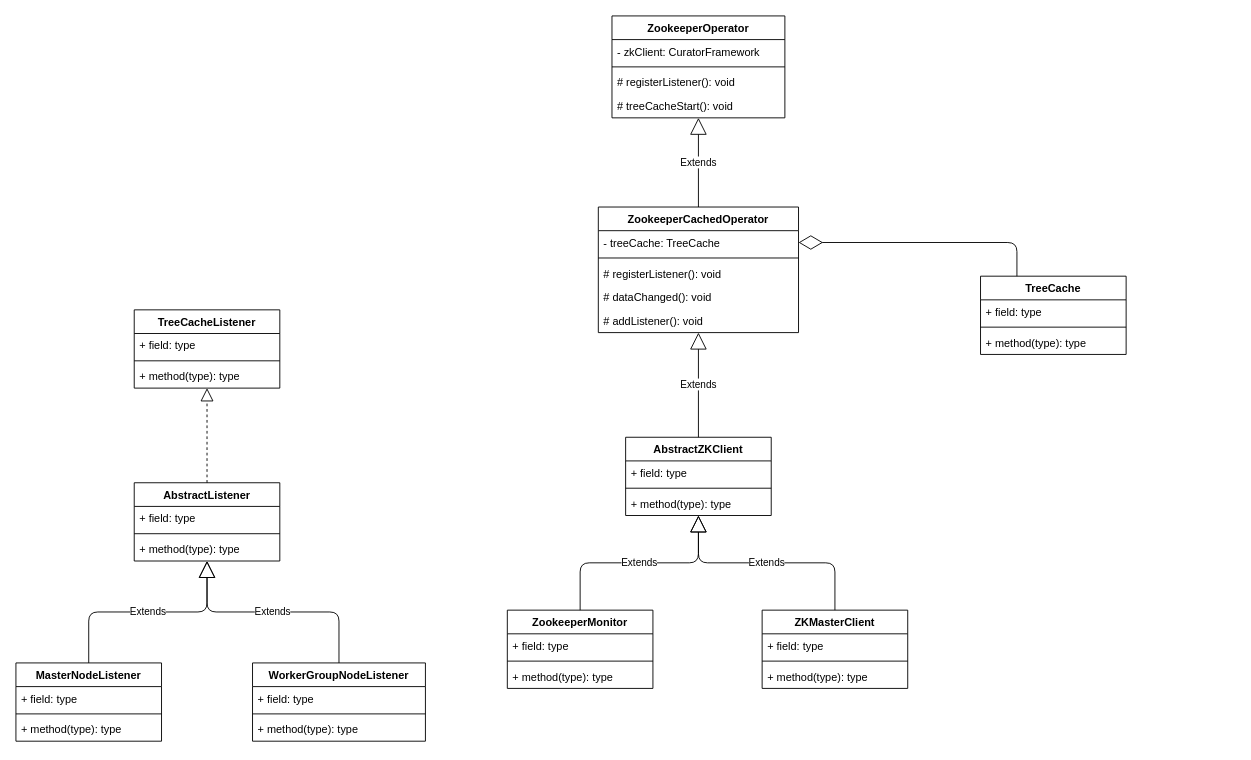
popany/notes keeps this draw.io diagram as etl/dolphinscheduler/1.3.3-release/drawio/zk.drawio. Above is the earlier version. Source tidied: cells renumbered, new cells numbered last; positions are measured from the earlier drawing's top-left corner, leaving out a move shared by most shapes. Both pictures are drawn from the tidied source at 91%, with x=0, y=0 at pixel (15, 15).
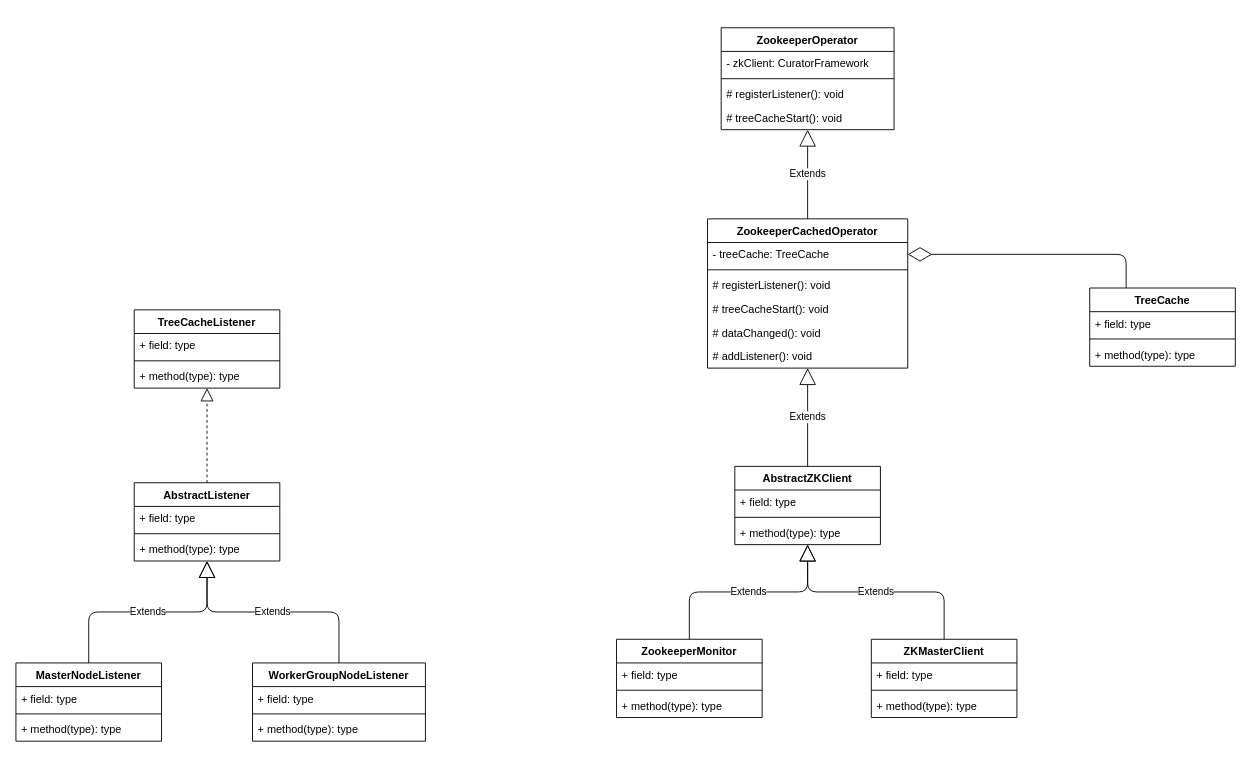
The same page after the edit.

Change to the diagram source:
```diff
@@
     <mxCell id="11" value="ZookeeperOperator" style="swimlane;fontStyle=1;align=center;verticalAlign=top;horizontal=1;startSize=26;" parent="1" vertex="1">
-      <mxGeometry x="655" width="190" height="112" as="geometry" />
+      <mxGeometry x="775" y="13" width="190" height="112" as="geometry" />
     </mxCell>
@@
     <mxCell id="16" value="TreeCache" style="swimlane;fontStyle=1;align=center;verticalAlign=top;horizontal=1;startSize=26;" parent="1" vertex="1">
-      <mxGeometry x="1060" y="286" width="160" height="86" as="geometry" />
+      <mxGeometry x="1180" y="299" width="160" height="86" as="geometry" />
     </mxCell>
@@
     <mxCell id="20" value="ZookeeperCachedOperator" style="swimlane;fontStyle=1;align=center;verticalAlign=top;horizontal=1;startSize=26;" parent="1" vertex="1">
-      <mxGeometry x="640" y="210" width="220" height="138" as="geometry" />
+      <mxGeometry x="760" y="223" width="220" height="164" as="geometry" />
     </mxCell>
@@
+    <mxCell id="53" value="# treeCacheStart(): void" style="text;strokeColor=none;fillColor=none;align=left;verticalAlign=top;spacingLeft=4;spacingRight=4;overflow=hidden;" parent="20" vertex="1">
+      <mxGeometry y="86" width="220" height="26" as="geometry" />
+    </mxCell>
     <mxCell id="24" value="# dataChanged(): void" style="text;strokeColor=none;fillColor=none;align=left;verticalAlign=top;spacingLeft=4;spacingRight=4;overflow=hidden;" parent="20" vertex="1">
-      <mxGeometry y="86" width="220" height="26" as="geometry" />
+      <mxGeometry y="112" width="220" height="26" as="geometry" />
     </mxCell>
     <mxCell id="25" value="# addListener(): void" style="text;strokeColor=none;fillColor=none;align=left;verticalAlign=top;spacingLeft=4;spacingRight=4;overflow=hidden;" parent="20" vertex="1">
-      <mxGeometry y="112" width="220" height="26" as="geometry" />
+      <mxGeometry y="138" width="220" height="26" as="geometry" />
     </mxCell>
@@
     <mxCell id="28" value="AbstractZKClient" style="swimlane;fontStyle=1;align=center;verticalAlign=top;horizontal=1;startSize=26;" parent="1" vertex="1">
-      <mxGeometry x="670" y="463" width="160" height="86" as="geometry" />
+      <mxGeometry x="790" y="495" width="160" height="86" as="geometry" />
     </mxCell>
@@
     <mxCell id="33" value="ZookeeperMonitor" style="swimlane;fontStyle=1;align=center;verticalAlign=top;horizontal=1;startSize=26;" parent="1" vertex="1">
-      <mxGeometry x="540" y="653" width="160" height="86" as="geometry" />
+      <mxGeometry x="660" y="685" width="160" height="86" as="geometry" />
     </mxCell>
@@
     <mxCell id="38" value="ZKMasterClient" style="swimlane;fontStyle=1;align=center;verticalAlign=top;horizontal=1;startSize=26;" parent="1" vertex="1">
-      <mxGeometry x="820" y="653" width="160" height="86" as="geometry" />
+      <mxGeometry x="940" y="685" width="160" height="86" as="geometry" />
     </mxCell>
```
